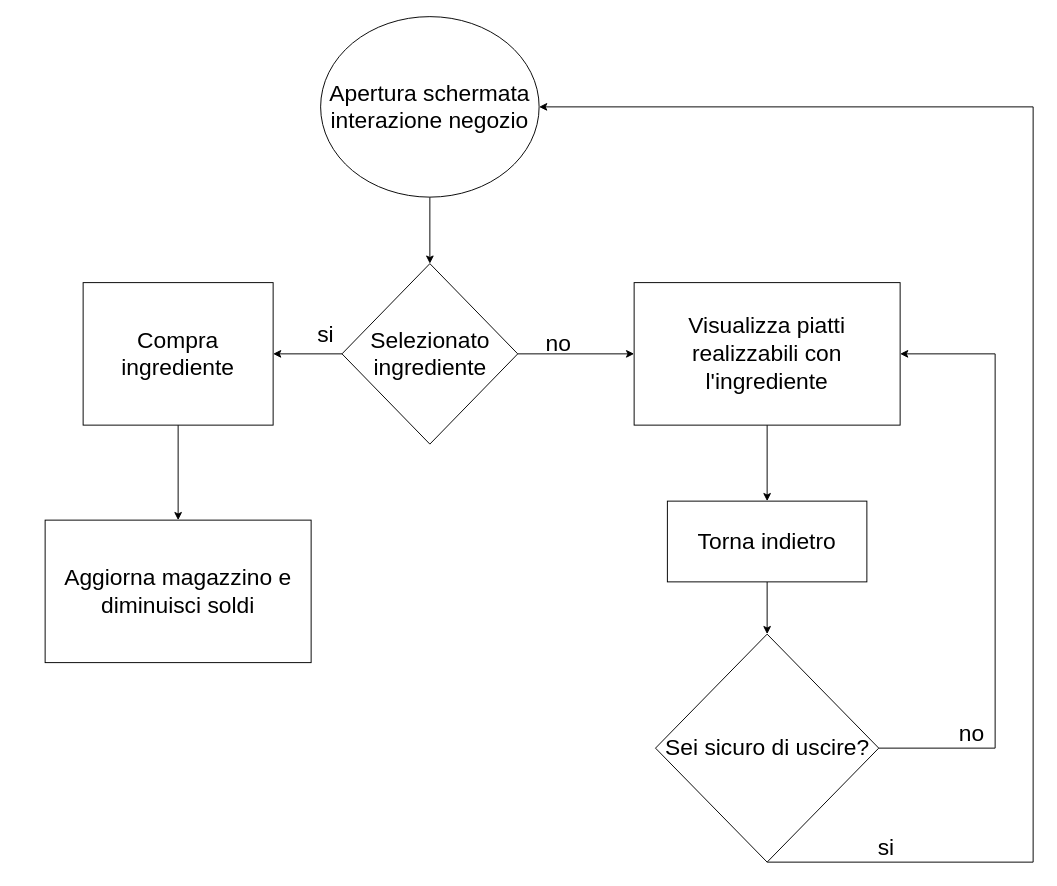
The draw.io diagram doc/Progetti Drawio/FlowchartInterazioneConNegozio.drawio in zSavT/Healthy-Catering, before the edit. Source tidied: cells renumbered, new cells numbered last; positions are measured from the earlier drawing's top-left corner, leaving out a move shared by most shapes. Both pictures are drawn from the tidied source at 95%, with x=0, y=0 at pixel (45, 16).
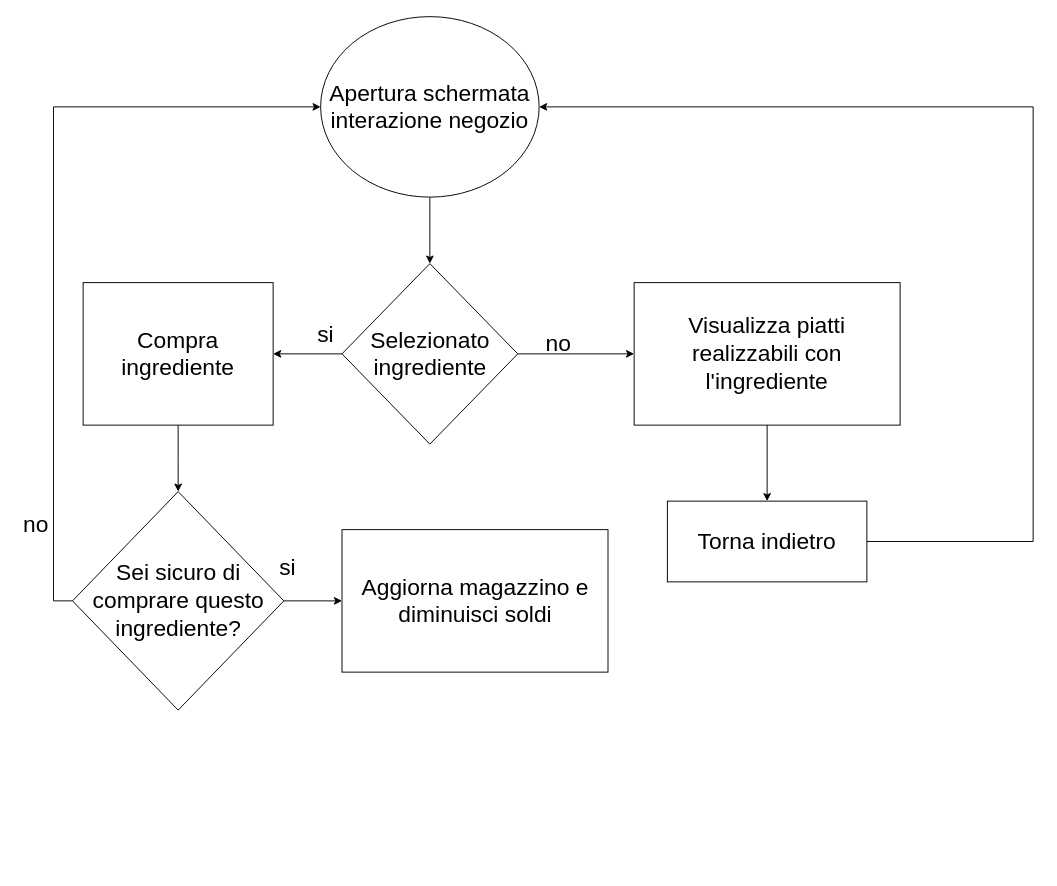
The same page after the edit.

Commit message (it also covers changes not shown here):
aggiornati flowchart

Unchanged cells that the change refers to:
```xml
<mxCell id="3" value="Apertura schermata interazione negozio" style="ellipse;whiteSpace=wrap;html=1;fontSize=24;" parent="1" vertex="1">
  <mxGeometry x="290" width="230" height="190" as="geometry" />
</mxCell>
<mxCell id="8" value="Compra ingrediente" style="rounded=0;whiteSpace=wrap;html=1;fontSize=24;" parent="1" vertex="1">
  <mxGeometry x="40" y="280" width="200" height="150" as="geometry" />
</mxCell>
<mxCell id="13" value="Torna indietro" style="whiteSpace=wrap;html=1;fontSize=24;" parent="1" vertex="1">
  <mxGeometry x="655" y="510" width="210" height="85" as="geometry" />
</mxCell>
```

Diff of the diagram source:
```diff
@@
-    <mxCell id="7" style="edgeStyle=orthogonalEdgeStyle;rounded=0;jettySize=auto;html=1;exitX=0.5;exitY=1;exitDx=0;exitDy=0;entryX=0.5;entryY=0;entryDx=0;entryDy=0;fontSize=24;" parent="1" edge="1" source="8" target="20">
+    <mxCell id="7" style="edgeStyle=orthogonalEdgeStyle;rounded=0;jettySize=auto;html=1;exitX=0.5;exitY=1;exitDx=0;exitDy=0;fontSize=24;entryX=0.5;entryY=0;entryDx=0;entryDy=0;" parent="1" edge="1" source="8" target="23">
       <mxGeometry relative="1" as="geometry" />
     </mxCell>
@@
-    <mxCell id="12" style="edgeStyle=orthogonalEdgeStyle;rounded=0;jettySize=auto;html=1;exitX=0.5;exitY=1;exitDx=0;exitDy=0;entryX=0.5;entryY=0;entryDx=0;entryDy=0;fontSize=24;" parent="1" edge="1" source="13" target="16">
-      <mxGeometry relative="1" as="geometry" />
-    </mxCell>
@@
-    <mxCell id="14" style="edgeStyle=orthogonalEdgeStyle;rounded=0;jettySize=auto;html=1;exitX=1;exitY=0.5;exitDx=0;exitDy=0;entryX=1;entryY=0.5;entryDx=0;entryDy=0;fontSize=24;" parent="1" edge="1" source="16" target="18">
-      <mxGeometry relative="1" as="geometry">
-        <Array as="points">
-          <mxPoint x="1000" y="770" />
-          <mxPoint x="1000" y="355" />
-        </Array>
-      </mxGeometry>
-    </mxCell>
-    <mxCell id="15" style="edgeStyle=orthogonalEdgeStyle;rounded=0;jettySize=auto;html=1;exitX=0.5;exitY=1;exitDx=0;exitDy=0;fontSize=24;entryX=1;entryY=0.5;entryDx=0;entryDy=0;" parent="1" edge="1" source="16" target="3">
+    <mxCell id="15" style="edgeStyle=orthogonalEdgeStyle;rounded=0;jettySize=auto;html=1;exitX=1;exitY=0.5;exitDx=0;exitDy=0;fontSize=24;entryX=1;entryY=0.5;entryDx=0;entryDy=0;" parent="1" edge="1" source="13" target="3">
       <mxGeometry relative="1" as="geometry">
         <Array as="points">
-          <mxPoint x="1040" y="890" />
+          <mxPoint x="1040" y="553" />
           <mxPoint x="1040" y="95" />
         </Array>
       </mxGeometry>
     </mxCell>
-    <mxCell id="16" value="Sei sicuro di uscire?" style="rhombus;whiteSpace=wrap;html=1;fontSize=24;" parent="1" vertex="1">
-      <mxGeometry x="642.5" y="650" width="235" height="240" as="geometry" />
-    </mxCell>
+    <mxCell id="18" value="Visualizza piatti realizzabili con l'ingrediente" style="rounded=0;whiteSpace=wrap;html=1;fontSize=24;" parent="1" vertex="1">
+      <mxGeometry x="620" y="280" width="280" height="150" as="geometry" />
+    </mxCell>
+    <mxCell id="20" value="Aggiorna magazzino e diminuisci soldi" style="rounded=0;whiteSpace=wrap;html=1;fontSize=24;" parent="1" vertex="1">
+      <mxGeometry x="312.5" y="540" width="280" height="150" as="geometry" />
+    </mxCell>
+    <mxCell id="21" style="edgeStyle=orthogonalEdgeStyle;rounded=0;jettySize=auto;html=1;exitX=0;exitY=0.5;exitDx=0;exitDy=0;fontSize=24;entryX=0;entryY=0.5;entryDx=0;entryDy=0;" parent="1" edge="1" source="23" target="3">
+      <mxGeometry relative="1" as="geometry" />
+    </mxCell>
+    <mxCell id="22" style="edgeStyle=orthogonalEdgeStyle;rounded=0;jettySize=auto;html=1;exitX=1;exitY=0.5;exitDx=0;exitDy=0;fontSize=24;entryX=0;entryY=0.5;entryDx=0;entryDy=0;" parent="1" edge="1" source="23" target="20">
+      <mxGeometry relative="1" as="geometry" />
+    </mxCell>
+    <mxCell id="23" value="Sei sicuro di comprare questo ingrediente?" style="rhombus;whiteSpace=wrap;html=1;fontSize=24;" parent="1" vertex="1">
+      <mxGeometry x="28.8" y="500" width="222.5" height="230" as="geometry" />
+    </mxCell>
+    <mxCell id="19" value="si" style="text;html=1;align=center;verticalAlign=middle;strokeColor=none;fillColor=none;fontSize=24;" parent="1" vertex="1">
+      <mxGeometry x="240" y="565" width="30" height="30" as="geometry" />
+    </mxCell>
     <mxCell id="17" value="no" style="text;html=1;align=center;verticalAlign=middle;strokeColor=none;fillColor=none;fontSize=24;" parent="1" vertex="1">
-      <mxGeometry x="955" y="740" width="40" height="30" as="geometry" />
+      <mxGeometry x="-30" y="520" width="40" height="30" as="geometry" />
     </mxCell>
-    <mxCell id="18" value="Visualizza piatti realizzabili con l'ingrediente" style="rounded=0;whiteSpace=wrap;html=1;fontSize=24;" parent="1" vertex="1">
-      <mxGeometry x="620" y="280" width="280" height="150" as="geometry" />
-    </mxCell>
-    <mxCell id="19" value="si" style="text;html=1;align=center;verticalAlign=middle;strokeColor=none;fillColor=none;fontSize=24;" parent="1" vertex="1">
-      <mxGeometry x="870" y="860" width="30" height="30" as="geometry" />
-    </mxCell>
-    <mxCell id="20" value="Aggiorna magazzino e diminuisci soldi" style="rounded=0;whiteSpace=wrap;html=1;fontSize=24;" parent="1" vertex="1">
-      <mxGeometry y="530" width="280" height="150" as="geometry" />
-    </mxCell>
```
